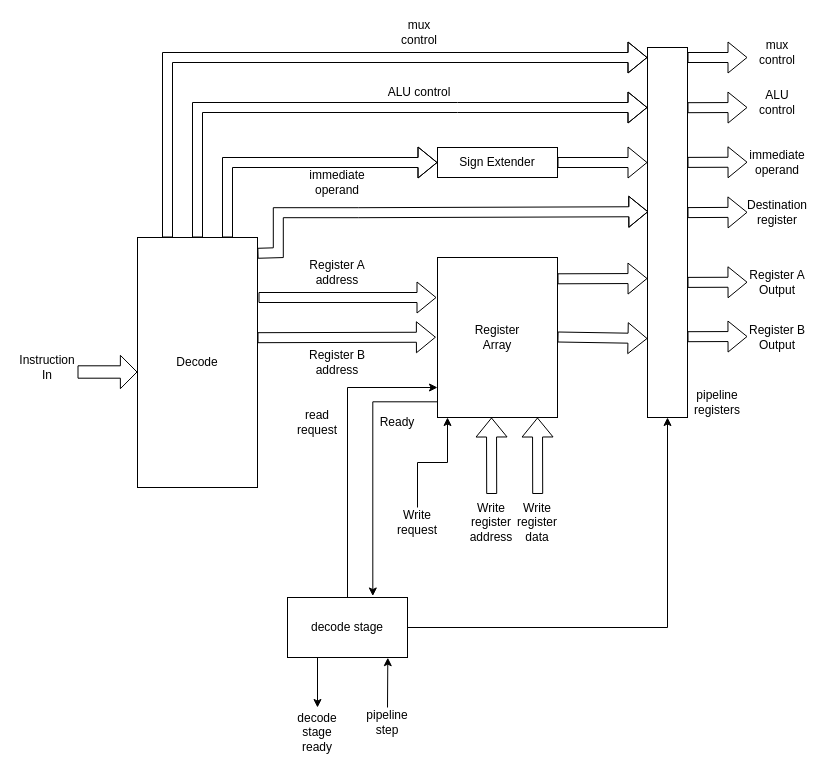
Before: diagrams/decode_stage.drawio in vittorio01/CustomCPU, a draw.io diagram. Source tidied: cells renumbered, new cells numbered last; positions are measured from the earlier drawing's top-left corner, leaving out a move shared by most shapes. Both pictures are drawn from the tidied source at 100%, with x=0, y=0 at pixel (17, 17).
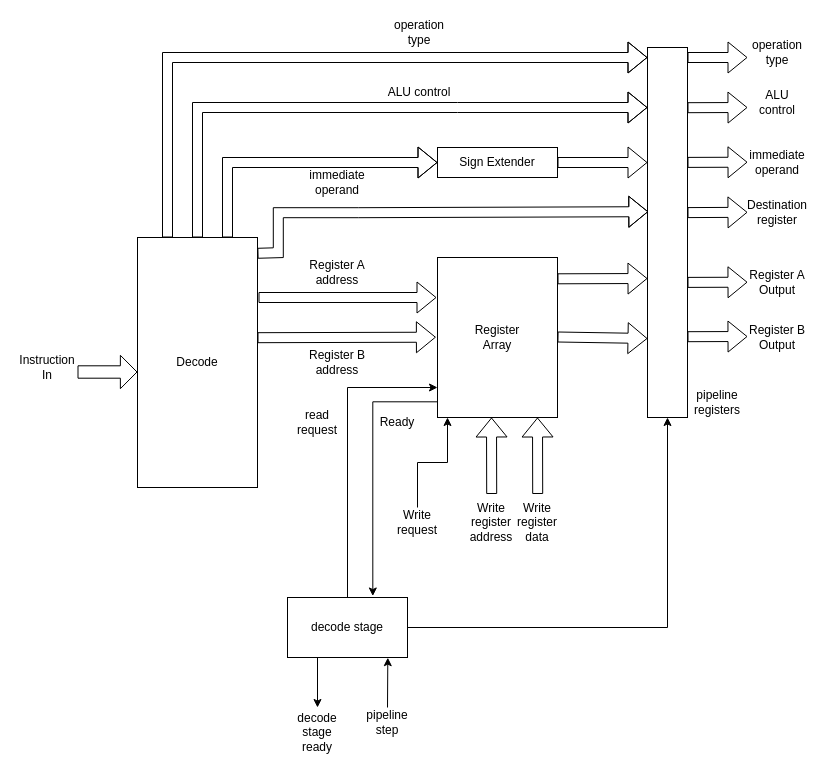
The same diagram, later.

The edit, as a diff of the source:
```diff
@@
-    <mxCell id="45" value="mux control" style="text;html=1;strokeColor=none;fillColor=none;align=center;verticalAlign=middle;whiteSpace=wrap;rounded=0;" parent="1" vertex="1">
+    <mxCell id="45" value="&lt;div&gt;operation&lt;/div&gt;&lt;div&gt;type&lt;br&gt;&lt;/div&gt;" style="text;html=1;strokeColor=none;fillColor=none;align=center;verticalAlign=middle;whiteSpace=wrap;rounded=0;" parent="1" vertex="1">
       <mxGeometry x="730" y="20" width="60" height="30" as="geometry" />
     </mxCell>
-    <mxCell id="46" value="mux control" style="text;html=1;strokeColor=none;fillColor=none;align=center;verticalAlign=middle;whiteSpace=wrap;rounded=0;" parent="1" vertex="1">
+    <mxCell id="46" value="&lt;div&gt;operation&lt;/div&gt;&lt;div&gt;type&lt;br&gt;&lt;/div&gt;" style="text;html=1;strokeColor=none;fillColor=none;align=center;verticalAlign=middle;whiteSpace=wrap;rounded=0;" parent="1" vertex="1">
       <mxGeometry x="372" width="60" height="30" as="geometry" />
     </mxCell>
```
